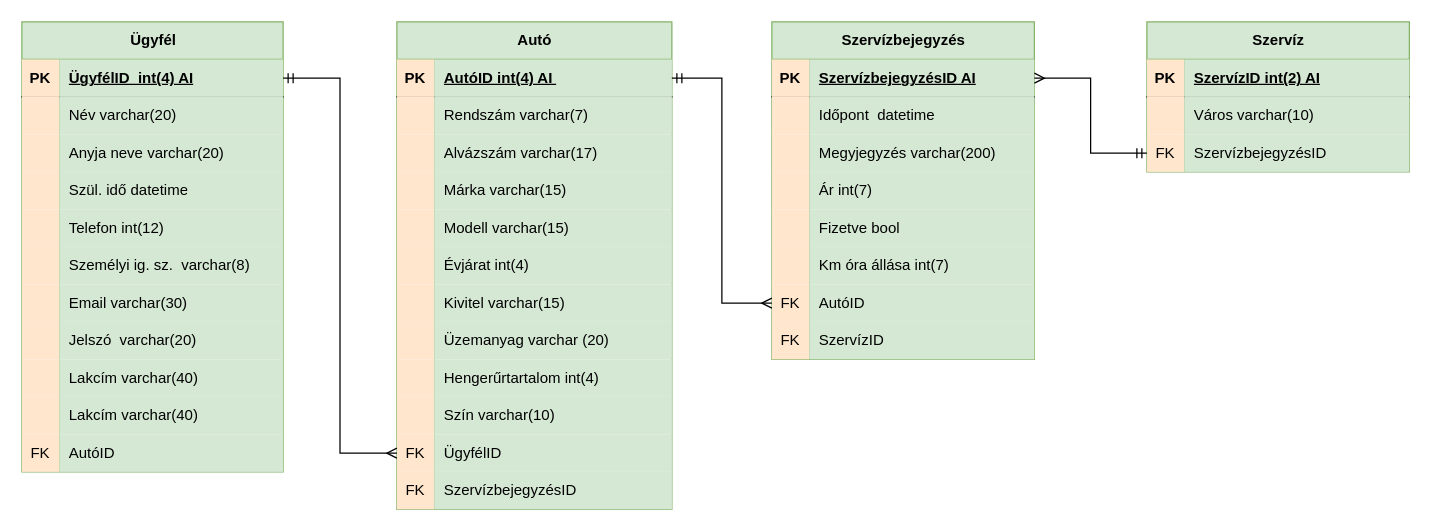
This is Dokumentumok/Adatbázis/Eszerviz.drawio from bsze2szikri/E_szervizkonyv, a draw.io file, before an edit. Source tidied: cells renumbered, new cells numbered last; positions are measured from the earlier drawing's top-left corner, leaving out a move shared by most shapes. Both pictures are drawn from the tidied source at 125%, with x=0, y=0 at pixel (21, 21).
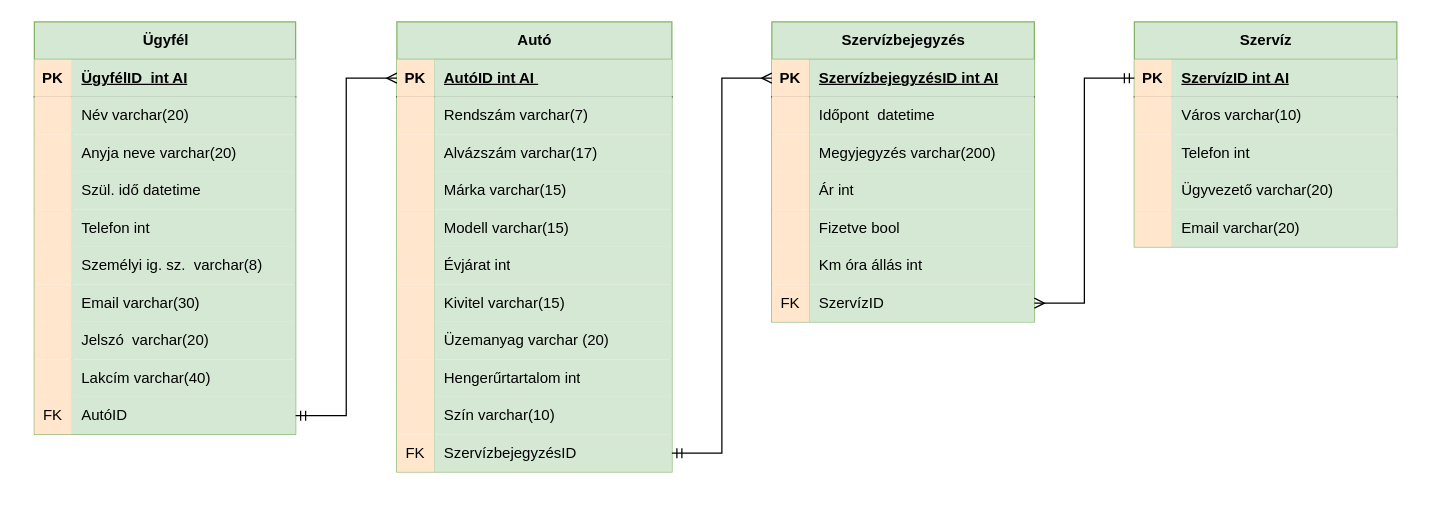
The same diagram, later.

Commit message (it also covers changes not shown here):
adatb. javitas 1.02

The change refers to these unchanged cells:
```xml
<mxCell id="3" style="shape=tableRow;horizontal=0;startSize=0;swimlaneHead=0;swimlaneBody=0;fillColor=none;points=[[0,0.5],[1,0.5]];portConstraint=eastwest;top=0;left=0;right=0;bottom=1;" parent="2" vertex="1">
  <mxGeometry y="30" width="209" height="30" as="geometry" />
</mxCell>
<mxCell id="15" style="shape=tableRow;horizontal=0;startSize=0;swimlaneHead=0;swimlaneBody=0;fillColor=none;top=0;left=0;right=0;bottom=0;" parent="2" vertex="1">
  <mxGeometry y="150" width="209" height="30" as="geometry" />
</mxCell>
<mxCell id="30" style="shape=tableRow;horizontal=0;startSize=0;swimlaneHead=0;swimlaneBody=0;fillColor=none;points=[[0,0.5],[1,0.5]];portConstraint=eastwest;top=0;left=0;right=0;bottom=0;" parent="2" vertex="1">
  <mxGeometry y="300" width="209" height="30" as="geometry" />
</mxCell>
<mxCell id="37" style="shape=tableRow;horizontal=0;startSize=0;swimlaneHead=0;swimlaneBody=0;fillColor=none;points=[[0,0.5],[1,0.5]];portConstraint=eastwest;top=0;left=0;right=0;bottom=1;" parent="36" vertex="1">
  <mxGeometry y="30" width="220" height="30" as="geometry" />
</mxCell>
<mxCell id="52" style="shape=tableRow;horizontal=0;startSize=0;swimlaneHead=0;swimlaneBody=0;fillColor=none;top=0;left=0;right=0;bottom=0;" parent="36" vertex="1">
  <mxGeometry y="180" width="220" height="30" as="geometry" />
</mxCell>
<mxCell id="61" style="shape=tableRow;horizontal=0;startSize=0;swimlaneHead=0;swimlaneBody=0;fillColor=none;top=0;left=0;right=0;bottom=0;" parent="36" vertex="1">
  <mxGeometry y="270" width="220" height="30" as="geometry" />
</mxCell>
<mxCell id="74" style="shape=tableRow;horizontal=0;startSize=0;swimlaneHead=0;swimlaneBody=0;fillColor=none;points=[[0,0.5],[1,0.5]];portConstraint=eastwest;top=0;left=0;right=0;bottom=1;" parent="73" vertex="1">
  <mxGeometry y="30" width="210" height="30" as="geometry" />
</mxCell>
<mxCell id="83" style="shape=tableRow;horizontal=0;startSize=0;swimlaneHead=0;swimlaneBody=0;fillColor=none;top=0;left=0;right=0;bottom=0;" parent="73" vertex="1">
  <mxGeometry y="120" width="210" height="30" as="geometry" />
</mxCell>
<mxCell id="89" style="shape=tableRow;horizontal=0;startSize=0;swimlaneHead=0;swimlaneBody=0;fillColor=none;top=0;left=0;right=0;bottom=0;" parent="73" vertex="1">
  <mxGeometry y="180" width="210" height="30" as="geometry" />
</mxCell>
<mxCell id="99" style="shape=tableRow;horizontal=0;startSize=0;swimlaneHead=0;swimlaneBody=0;fillColor=none;points=[[0,0.5],[1,0.5]];portConstraint=eastwest;top=0;left=0;right=0;bottom=1;" parent="98" vertex="1">
  <mxGeometry y="30" width="210" height="30" as="geometry" />
</mxCell>
<mxCell id="105" style="shape=tableRow;horizontal=0;startSize=0;swimlaneHead=0;swimlaneBody=0;fillColor=none;points=[[0,0.5],[1,0.5]];portConstraint=eastwest;top=0;left=0;right=0;bottom=0;" parent="98" vertex="1">
  <mxGeometry y="90" width="210" height="30" as="geometry" />
</mxCell>
```

The edit, as a diff of the source:
```diff
@@
     <mxCell id="2" value="Ügyfél" style="shape=table;startSize=30;childLayout=tableLayout;rowLines=0;fontStyle=1;align=center;html=1;fillColor=#d5e8d4;strokeColor=#82b366;" parent="1" vertex="1">
-      <mxGeometry width="209" height="360" as="geometry" />
+      <mxGeometry x="10" width="209" height="330" as="geometry" />
     </mxCell>
@@
-    <mxCell id="5" value="ÜgyfélID&amp;nbsp; int(4) AI" style="shape=partialRectangle;fillColor=#d5e8d4;top=0;left=0;bottom=0;right=0;align=left;spacingLeft=6;fontStyle=5;overflow=hidden;whiteSpace=wrap;html=1;strokeColor=#82b366;" parent="3" vertex="1">
+    <mxCell id="5" value="ÜgyfélID&amp;nbsp; int AI" style="shape=partialRectangle;fillColor=#d5e8d4;top=0;left=0;bottom=0;right=0;align=left;spacingLeft=6;fontStyle=5;overflow=hidden;whiteSpace=wrap;html=1;strokeColor=#82b366;" parent="3" vertex="1">
       <mxGeometry x="30" width="179" height="30" as="geometry" />
     </mxCell>
@@
-    <mxCell id="17" value="Telefon int(12)" style="shape=partialRectangle;fillColor=#d5e8d4;top=0;left=0;bottom=0;right=0;align=left;spacingLeft=6;overflow=hidden;whiteSpace=wrap;html=1;strokeColor=#82b366;" parent="15" vertex="1">
+    <mxCell id="17" value="Telefon int" style="shape=partialRectangle;fillColor=#d5e8d4;top=0;left=0;bottom=0;right=0;align=left;spacingLeft=6;overflow=hidden;whiteSpace=wrap;html=1;strokeColor=#82b366;" parent="15" vertex="1">
       <mxGeometry x="30" width="179" height="30" as="geometry" />
     </mxCell>
@@
-    <mxCell id="31" style="shape=partialRectangle;fillColor=#ffe6cc;top=0;left=0;bottom=0;right=0;overflow=hidden;whiteSpace=wrap;html=1;strokeColor=#d79b00;" parent="30" vertex="1">
-      <mxGeometry width="30" height="30" as="geometry" />
-    </mxCell>
-    <mxCell id="32" value="Lakcím varchar(40)" style="shape=partialRectangle;fillColor=#d5e8d4;top=0;left=0;bottom=0;right=0;align=left;spacingLeft=6;overflow=hidden;whiteSpace=wrap;html=1;strokeColor=#82b366;" parent="30" vertex="1">
-      <mxGeometry x="30" width="179" height="30" as="geometry" />
-    </mxCell>
-    <mxCell id="33" style="shape=tableRow;horizontal=0;startSize=0;swimlaneHead=0;swimlaneBody=0;fillColor=none;top=0;left=0;right=0;bottom=0;" parent="2" vertex="1">
-      <mxGeometry y="330" width="209" height="30" as="geometry" />
-    </mxCell>
-    <mxCell id="34" value="FK" style="shape=partialRectangle;fillColor=#ffe6cc;top=0;left=0;bottom=0;right=0;overflow=hidden;whiteSpace=wrap;html=1;strokeColor=#d79b00;" parent="33" vertex="1">
-      <mxGeometry width="30" height="30" as="geometry" />
-    </mxCell>
-    <mxCell id="35" value="AutóID&amp;nbsp;" style="shape=partialRectangle;fillColor=#d5e8d4;top=0;left=0;bottom=0;right=0;align=left;spacingLeft=6;overflow=hidden;whiteSpace=wrap;html=1;strokeColor=#82b366;" parent="33" vertex="1">
-      <mxGeometry x="30" width="179" height="30" as="geometry" />
-    </mxCell>
+    <mxCell id="111" value="FK" style="shape=partialRectangle;fillColor=#ffe6cc;top=0;left=0;bottom=0;right=0;overflow=hidden;whiteSpace=wrap;html=1;strokeColor=#d79b00;" parent="30" vertex="1">
+      <mxGeometry width="30" height="30" as="geometry" />
+    </mxCell>
+    <mxCell id="112" value="AutóID" style="shape=partialRectangle;fillColor=#d5e8d4;top=0;left=0;bottom=0;right=0;align=left;spacingLeft=6;overflow=hidden;whiteSpace=wrap;html=1;strokeColor=#82b366;" parent="30" vertex="1">
+      <mxGeometry x="30" width="179" height="30" as="geometry" />
+    </mxCell>
     <mxCell id="36" value="Autó" style="shape=table;startSize=30;childLayout=tableLayout;rowLines=0;fontStyle=1;align=center;html=1;fillColor=#d5e8d4;strokeColor=#82b366;" parent="1" vertex="1">
-      <mxGeometry x="300" width="220" height="390" as="geometry" />
+      <mxGeometry x="300" width="220" height="360" as="geometry" />
     </mxCell>
@@
-    <mxCell id="39" value="AutóID int(4) AI&amp;nbsp;" style="shape=partialRectangle;fillColor=#d5e8d4;top=0;left=0;bottom=0;right=0;align=left;spacingLeft=6;fontStyle=5;overflow=hidden;whiteSpace=wrap;html=1;strokeColor=#82b366;" parent="37" vertex="1">
+    <mxCell id="39" value="AutóID int AI&amp;nbsp;" style="shape=partialRectangle;fillColor=#d5e8d4;top=0;left=0;bottom=0;right=0;align=left;spacingLeft=6;fontStyle=5;overflow=hidden;whiteSpace=wrap;html=1;strokeColor=#82b366;" parent="37" vertex="1">
       <mxGeometry x="30" width="190" height="30" as="geometry" />
     </mxCell>
@@
-    <mxCell id="54" value="Évjárat int(4)" style="shape=partialRectangle;fillColor=#d5e8d4;top=0;left=0;bottom=0;right=0;align=left;spacingLeft=6;overflow=hidden;whiteSpace=wrap;html=1;strokeColor=#82b366;" parent="52" vertex="1">
+    <mxCell id="54" value="Évjárat int" style="shape=partialRectangle;fillColor=#d5e8d4;top=0;left=0;bottom=0;right=0;align=left;spacingLeft=6;overflow=hidden;whiteSpace=wrap;html=1;strokeColor=#82b366;" parent="52" vertex="1">
       <mxGeometry x="30" width="190" height="30" as="geometry" />
     </mxCell>
@@
-    <mxCell id="63" value="Hengerűrtartalom int(4)" style="shape=partialRectangle;fillColor=#d5e8d4;top=0;left=0;bottom=0;right=0;align=left;spacingLeft=6;overflow=hidden;whiteSpace=wrap;html=1;strokeColor=#82b366;" parent="61" vertex="1">
+    <mxCell id="63" value="Hengerűrtartalom int" style="shape=partialRectangle;fillColor=#d5e8d4;top=0;left=0;bottom=0;right=0;align=left;spacingLeft=6;overflow=hidden;whiteSpace=wrap;html=1;strokeColor=#82b366;" parent="61" vertex="1">
       <mxGeometry x="30" width="190" height="30" as="geometry" />
     </mxCell>
@@
-    <mxCell id="67" style="shape=tableRow;horizontal=0;startSize=0;swimlaneHead=0;swimlaneBody=0;fillColor=none;points=[[0,0.5],[1,0.5]];portConstraint=eastwest;top=0;left=0;right=0;bottom=0;" parent="36" vertex="1">
-      <mxGeometry y="330" width="220" height="30" as="geometry" />
-    </mxCell>
-    <mxCell id="68" value="FK" style="shape=partialRectangle;fillColor=#ffe6cc;top=0;left=0;bottom=0;right=0;overflow=hidden;whiteSpace=wrap;html=1;strokeColor=#d79b00;" parent="67" vertex="1">
-      <mxGeometry width="30" height="30" as="geometry" />
-    </mxCell>
-    <mxCell id="69" value="ÜgyfélID" style="shape=partialRectangle;fillColor=#d5e8d4;top=0;left=0;bottom=0;right=0;align=left;spacingLeft=6;overflow=hidden;whiteSpace=wrap;html=1;strokeColor=#82b366;" parent="67" vertex="1">
-      <mxGeometry x="30" width="190" height="30" as="geometry" />
-    </mxCell>
     <mxCell id="70" style="shape=tableRow;horizontal=0;startSize=0;swimlaneHead=0;swimlaneBody=0;fillColor=none;points=[[0,0.5],[1,0.5]];portConstraint=eastwest;top=0;left=0;right=0;bottom=0;" parent="36" vertex="1">
-      <mxGeometry y="360" width="220" height="30" as="geometry" />
+      <mxGeometry y="330" width="220" height="30" as="geometry" />
     </mxCell>
@@
     <mxCell id="73" value="Szervízbejegyzés" style="shape=table;startSize=30;childLayout=tableLayout;rowLines=0;fontStyle=1;align=center;html=1;fillColor=#d5e8d4;strokeColor=#82b366;" parent="1" vertex="1">
-      <mxGeometry x="600" width="210" height="270" as="geometry" />
+      <mxGeometry x="600" width="210" height="240" as="geometry" />
     </mxCell>
@@
-    <mxCell id="76" value="SzervízbejegyzésID AI" style="shape=partialRectangle;fillColor=#d5e8d4;top=0;left=0;bottom=0;right=0;align=left;spacingLeft=6;fontStyle=5;overflow=hidden;whiteSpace=wrap;html=1;strokeColor=#82b366;shadow=0;" parent="74" vertex="1">
+    <mxCell id="76" value="SzervízbejegyzésID int AI" style="shape=partialRectangle;fillColor=#d5e8d4;top=0;left=0;bottom=0;right=0;align=left;spacingLeft=6;fontStyle=5;overflow=hidden;whiteSpace=wrap;html=1;strokeColor=#82b366;shadow=0;" parent="74" vertex="1">
       <mxGeometry x="30" width="180" height="30" as="geometry" />
     </mxCell>
@@
-    <mxCell id="85" value="Ár int(7)" style="shape=partialRectangle;fillColor=#d5e8d4;top=0;left=0;bottom=0;right=0;align=left;spacingLeft=6;overflow=hidden;whiteSpace=wrap;html=1;strokeColor=#82b366;shadow=0;" parent="83" vertex="1">
+    <mxCell id="85" value="Ár int" style="shape=partialRectangle;fillColor=#d5e8d4;top=0;left=0;bottom=0;right=0;align=left;spacingLeft=6;overflow=hidden;whiteSpace=wrap;html=1;strokeColor=#82b366;shadow=0;" parent="83" vertex="1">
       <mxGeometry x="30" width="180" height="30" as="geometry" />
     </mxCell>
@@
-    <mxCell id="91" value="Km óra állása int(7)" style="shape=partialRectangle;fillColor=#d5e8d4;top=0;left=0;bottom=0;right=0;align=left;spacingLeft=6;overflow=hidden;whiteSpace=wrap;html=1;strokeColor=#82b366;shadow=0;" parent="89" vertex="1">
+    <mxCell id="91" value="Km óra állás int" style="shape=partialRectangle;fillColor=#d5e8d4;top=0;left=0;bottom=0;right=0;align=left;spacingLeft=6;overflow=hidden;whiteSpace=wrap;html=1;strokeColor=#82b366;shadow=0;" parent="89" vertex="1">
       <mxGeometry x="30" width="180" height="30" as="geometry" />
     </mxCell>
-    <mxCell id="92" style="shape=tableRow;horizontal=0;startSize=0;swimlaneHead=0;swimlaneBody=0;fillColor=none;points=[[0,0.5],[1,0.5]];portConstraint=eastwest;top=0;left=0;right=0;bottom=0;" parent="73" vertex="1">
-      <mxGeometry y="210" width="210" height="30" as="geometry" />
-    </mxCell>
-    <mxCell id="93" value="FK" style="shape=partialRectangle;fillColor=#ffe6cc;top=0;left=0;bottom=0;right=0;overflow=hidden;whiteSpace=wrap;html=1;strokeColor=#d79b00;" parent="92" vertex="1">
-      <mxGeometry width="30" height="30" as="geometry" />
-    </mxCell>
-    <mxCell id="94" value="AutóID" style="shape=partialRectangle;fillColor=#d5e8d4;top=0;left=0;bottom=0;right=0;align=left;spacingLeft=6;overflow=hidden;whiteSpace=wrap;html=1;strokeColor=#82b366;shadow=0;" parent="92" vertex="1">
-      <mxGeometry x="30" width="180" height="30" as="geometry" />
-    </mxCell>
     <mxCell id="95" style="shape=tableRow;horizontal=0;startSize=0;swimlaneHead=0;swimlaneBody=0;fillColor=none;points=[[0,0.5],[1,0.5]];portConstraint=eastwest;top=0;left=0;right=0;bottom=0;" parent="73" vertex="1">
-      <mxGeometry y="240" width="210" height="30" as="geometry" />
+      <mxGeometry y="210" width="210" height="30" as="geometry" />
     </mxCell>
@@
     <mxCell id="98" value="Szervíz" style="shape=table;startSize=30;childLayout=tableLayout;rowLines=0;fontStyle=1;align=center;html=1;fillColor=#d5e8d4;strokeColor=#82b366;" parent="1" vertex="1">
-      <mxGeometry x="900" width="210" height="120" as="geometry" />
+      <mxGeometry x="890" width="210" height="180" as="geometry" />
     </mxCell>
@@
-    <mxCell id="101" value="SzervízID int(2) AI" style="shape=partialRectangle;fillColor=#d5e8d4;top=0;left=0;bottom=0;right=0;align=left;spacingLeft=6;fontStyle=5;overflow=hidden;whiteSpace=wrap;html=1;strokeColor=#82b366;shadow=0;" parent="99" vertex="1">
+    <mxCell id="101" value="SzervízID int AI" style="shape=partialRectangle;fillColor=#d5e8d4;top=0;left=0;bottom=0;right=0;align=left;spacingLeft=6;fontStyle=5;overflow=hidden;whiteSpace=wrap;html=1;strokeColor=#82b366;shadow=0;" parent="99" vertex="1">
       <mxGeometry x="30" width="180" height="30" as="geometry" />
     </mxCell>
@@
-    <mxCell id="106" value="FK" style="shape=partialRectangle;fillColor=#ffe6cc;top=0;left=0;bottom=0;right=0;overflow=hidden;whiteSpace=wrap;html=1;strokeColor=#d79b00;" parent="105" vertex="1">
+    <mxCell id="106" style="shape=partialRectangle;fillColor=#ffe6cc;top=0;left=0;bottom=0;right=0;overflow=hidden;whiteSpace=wrap;html=1;strokeColor=#d79b00;" parent="105" vertex="1">
       <mxGeometry width="30" height="30" as="geometry" />
     </mxCell>
-    <mxCell id="107" value="SzervízbejegyzésID" style="shape=partialRectangle;fillColor=#d5e8d4;top=0;left=0;bottom=0;right=0;align=left;spacingLeft=6;overflow=hidden;whiteSpace=wrap;html=1;strokeColor=#82b366;shadow=0;" parent="105" vertex="1">
+    <mxCell id="107" value="Telefon int" style="shape=partialRectangle;fillColor=#d5e8d4;top=0;left=0;bottom=0;right=0;align=left;spacingLeft=6;overflow=hidden;whiteSpace=wrap;html=1;strokeColor=#82b366;shadow=0;" parent="105" vertex="1">
       <mxGeometry x="30" width="180" height="30" as="geometry" />
     </mxCell>
+    <mxCell id="113" style="shape=tableRow;horizontal=0;startSize=0;swimlaneHead=0;swimlaneBody=0;fillColor=none;top=0;left=0;right=0;bottom=0;" parent="98" vertex="1">
+      <mxGeometry y="120" width="210" height="30" as="geometry" />
+    </mxCell>
+    <mxCell id="114" style="shape=partialRectangle;fillColor=#ffe6cc;top=0;left=0;bottom=0;right=0;overflow=hidden;whiteSpace=wrap;html=1;strokeColor=#d79b00;" parent="113" vertex="1">
+      <mxGeometry width="30" height="30" as="geometry" />
+    </mxCell>
+    <mxCell id="115" value="Ügyvezető varchar(20)" style="shape=partialRectangle;fillColor=#d5e8d4;top=0;left=0;bottom=0;right=0;align=left;spacingLeft=6;overflow=hidden;whiteSpace=wrap;html=1;strokeColor=#82b366;shadow=0;" parent="113" vertex="1">
+      <mxGeometry x="30" width="180" height="30" as="geometry" />
+    </mxCell>
+    <mxCell id="116" style="shape=tableRow;horizontal=0;startSize=0;swimlaneHead=0;swimlaneBody=0;fillColor=none;top=0;left=0;right=0;bottom=0;" parent="98" vertex="1">
+      <mxGeometry y="150" width="210" height="30" as="geometry" />
+    </mxCell>
+    <mxCell id="117" style="shape=partialRectangle;fillColor=#ffe6cc;top=0;left=0;bottom=0;right=0;overflow=hidden;whiteSpace=wrap;html=1;strokeColor=#d79b00;" parent="116" vertex="1">
+      <mxGeometry width="30" height="30" as="geometry" />
+    </mxCell>
+    <mxCell id="118" value="Email varchar(20)" style="shape=partialRectangle;fillColor=#d5e8d4;top=0;left=0;bottom=0;right=0;align=left;spacingLeft=6;overflow=hidden;whiteSpace=wrap;html=1;strokeColor=#82b366;shadow=0;" parent="116" vertex="1">
+      <mxGeometry x="30" width="180" height="30" as="geometry" />
+    </mxCell>
-    <mxCell id="108" style="edgeStyle=orthogonalEdgeStyle;rounded=0;jettySize=auto;html=1;entryX=0;entryY=0.5;entryDx=0;entryDy=0;startArrow=ERmandOne;startFill=0;endArrow=ERmany;endFill=0;exitX=1;exitY=0.5;exitDx=0;exitDy=0;" parent="1" edge="1" source="3" target="67">
+    <mxCell id="108" style="edgeStyle=orthogonalEdgeStyle;rounded=0;jettySize=auto;html=1;entryX=0;entryY=0.5;entryDx=0;entryDy=0;startArrow=ERmandOne;startFill=0;endArrow=ERmany;endFill=0;exitX=1;exitY=0.5;exitDx=0;exitDy=0;" parent="1" edge="1" source="30" target="37">
       <mxGeometry relative="1" as="geometry" />
     </mxCell>
-    <mxCell id="109" style="edgeStyle=orthogonalEdgeStyle;rounded=0;jettySize=auto;html=1;startArrow=ERmandOne;startFill=0;endArrow=ERmany;endFill=0;entryX=0;entryY=0.5;entryDx=0;entryDy=0;exitX=1;exitY=0.5;exitDx=0;exitDy=0;" parent="1" edge="1" source="37" target="92">
+    <mxCell id="109" style="edgeStyle=orthogonalEdgeStyle;rounded=0;jettySize=auto;html=1;startArrow=ERmandOne;startFill=0;endArrow=ERmany;endFill=0;entryX=0;entryY=0.5;entryDx=0;entryDy=0;exitX=1;exitY=0.5;exitDx=0;exitDy=0;" parent="1" edge="1" source="70" target="74">
       <mxGeometry relative="1" as="geometry" />
     </mxCell>
-    <mxCell id="110" style="edgeStyle=orthogonalEdgeStyle;rounded=0;jettySize=auto;html=1;entryX=0;entryY=0.5;entryDx=0;entryDy=0;startArrow=ERmany;startFill=0;endArrow=ERmandOne;endFill=0;exitX=1;exitY=0.5;exitDx=0;exitDy=0;" parent="1" edge="1" source="74" target="105">
+    <mxCell id="110" style="edgeStyle=orthogonalEdgeStyle;rounded=0;jettySize=auto;html=1;entryX=0;entryY=0.5;entryDx=0;entryDy=0;startArrow=ERmany;startFill=0;endArrow=ERmandOne;endFill=0;exitX=1;exitY=0.5;exitDx=0;exitDy=0;" parent="1" edge="1" source="95" target="99">
       <mxGeometry relative="1" as="geometry" />
     </mxCell>
```
